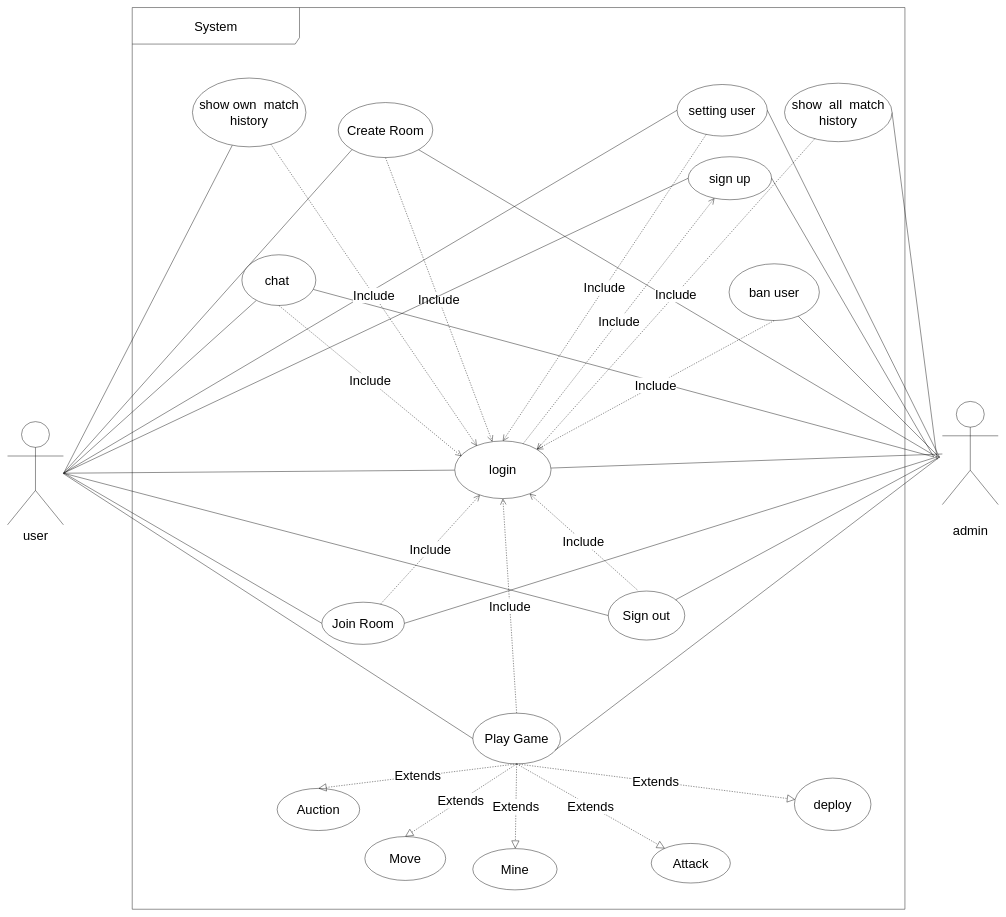
Earlier version of the draw.io diagram Diagrams/Usecase diagram.drawio (paowick/ChessButEbay). Source tidied: cells renumbered, new cells numbered last; positions are measured from the earlier drawing's top-left corner, leaving out a move shared by most shapes. Both pictures are drawn from the tidied source at 43%, with x=0, y=0 at pixel (7, 7).
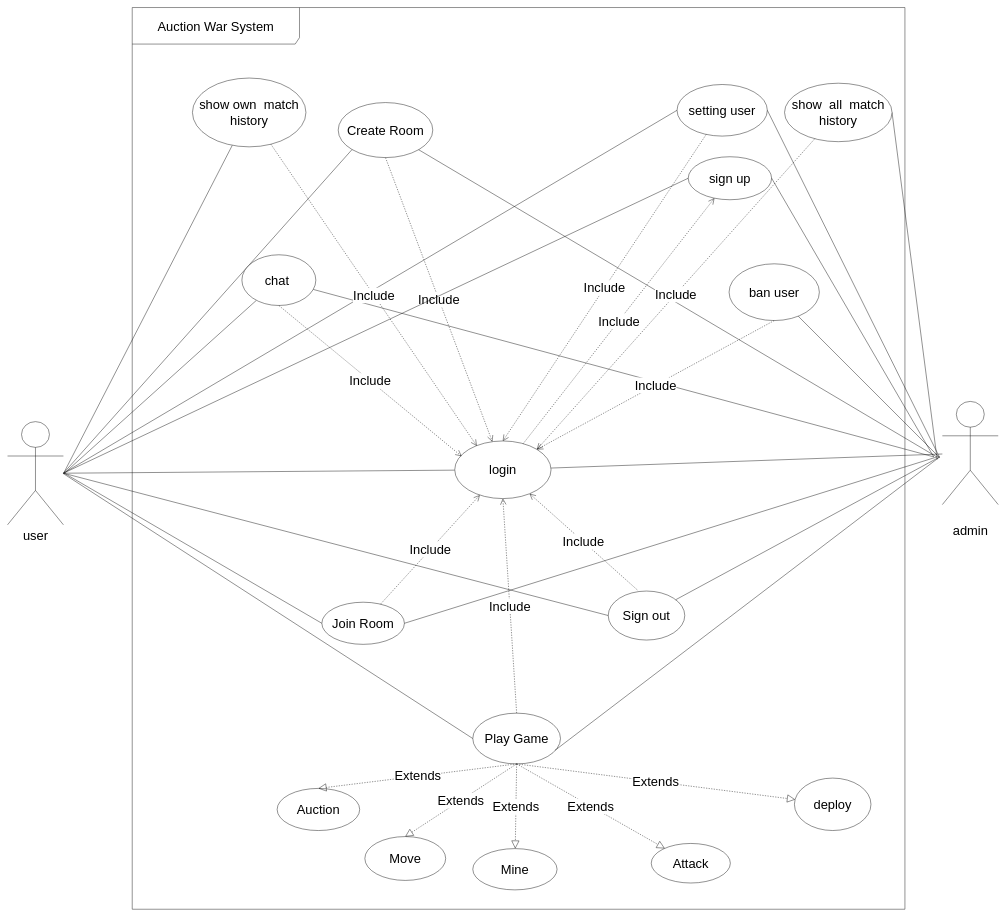
The same diagram, later.

Diff of the diagram source:
```diff
@@
-    <mxCell id="6" value="System" style="shape=umlFrame;whiteSpace=wrap;html=1;width=389;height=85;fontSize=30;" parent="1" vertex="1">
+    <mxCell id="6" value="Auction War System" style="shape=umlFrame;whiteSpace=wrap;html=1;width=389;height=85;fontSize=30;" parent="1" vertex="1">
       <mxGeometry x="290" width="1797" height="2097" as="geometry" />
     </mxCell>
```
